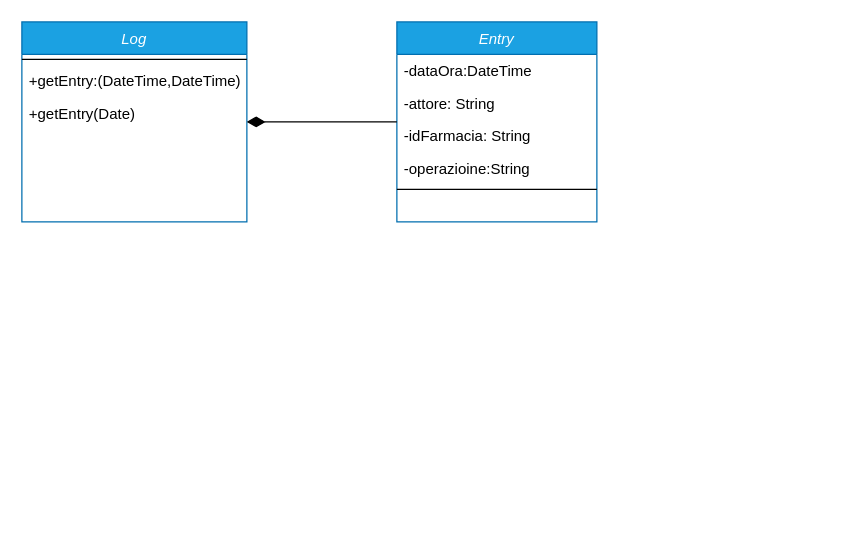
This is Logs.drawio from lnwor/farmabyte-doc, a draw.io file, before an edit. Source tidied: cells renumbered, new cells numbered last; positions are measured from the earlier drawing's top-left corner, leaving out a move shared by most shapes. Both pictures are drawn from the tidied source at 125%, with x=0, y=0 at pixel (21, 21).
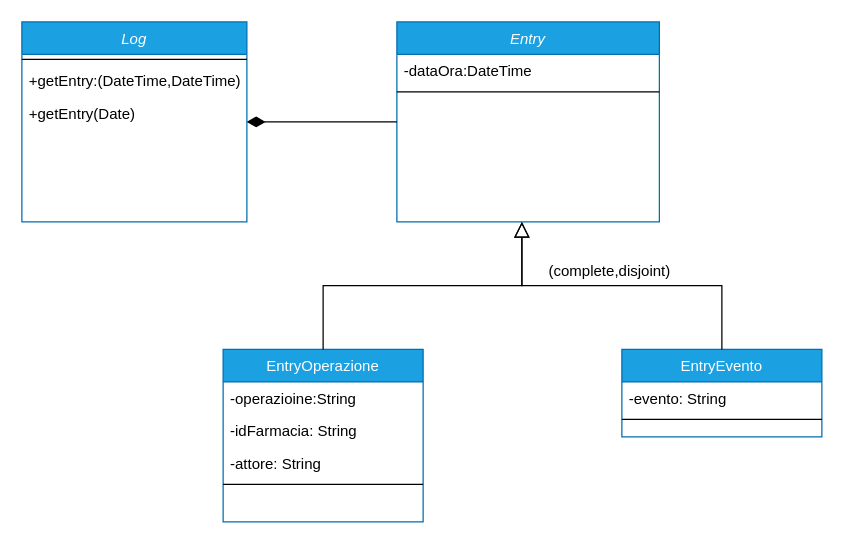
After the change.

What changed in the source:
```diff
@@
     <mxCell id="2" value="Entry" style="swimlane;fontStyle=2;align=center;verticalAlign=top;horizontal=1;startSize=26;rounded=0;shadow=0;strokeWidth=1;fillColor=#1ba1e2;strokeColor=#006EAF;fontColor=#ffffff;" parent="1" vertex="1">
-      <mxGeometry x="300" width="160" height="160" as="geometry" />
+      <mxGeometry x="300" width="210" height="160" as="geometry" />
     </mxCell>
     <mxCell id="3" value="-dataOra:DateTime" style="text;align=left;verticalAlign=top;spacingLeft=4;spacingRight=4;overflow=hidden;" parent="2" vertex="1">
-      <mxGeometry y="26" width="160" height="26" as="geometry" />
+      <mxGeometry y="26" width="210" height="26" as="geometry" />
     </mxCell>
-    <mxCell id="4" value="-attore: String" style="text;align=left;verticalAlign=top;spacingLeft=4;spacingRight=4;overflow=hidden;" parent="2" vertex="1">
-      <mxGeometry y="52" width="160" height="26" as="geometry" />
-    </mxCell>
-    <mxCell id="5" value="-idFarmacia: String" style="text;align=left;verticalAlign=top;spacingLeft=4;spacingRight=4;overflow=hidden;" parent="2" vertex="1">
-      <mxGeometry y="78" width="160" height="26" as="geometry" />
-    </mxCell>
-    <mxCell id="6" value="-operazioine:String" style="text;align=left;verticalAlign=top;spacingLeft=4;spacingRight=4;overflow=hidden;" parent="2" vertex="1">
-      <mxGeometry y="104" width="160" height="26" as="geometry" />
-    </mxCell>
     <mxCell id="7" style="line;html=1;strokeWidth=1;align=left;verticalAlign=middle;spacingTop=-1;spacingLeft=3;spacingRight=3;labelPosition=right;" parent="2" vertex="1">
-      <mxGeometry y="130" width="160" height="8" as="geometry" />
+      <mxGeometry y="52" width="210" height="8" as="geometry" />
     </mxCell>
@@
+    <mxCell id="13" value="EntryOperazione" style="swimlane;fontStyle=0;align=center;verticalAlign=top;horizontal=1;startSize=26;rounded=0;shadow=0;strokeWidth=1;fillColor=#1ba1e2;strokeColor=#006EAF;fontColor=#ffffff;" parent="1" vertex="1">
+      <mxGeometry x="161" y="262" width="160" height="138" as="geometry" />
+    </mxCell>
+    <mxCell id="6" value="-operazioine:String" style="text;align=left;verticalAlign=top;spacingLeft=4;spacingRight=4;overflow=hidden;" parent="13" vertex="1">
+      <mxGeometry y="26" width="160" height="26" as="geometry" />
+    </mxCell>
+    <mxCell id="5" value="-idFarmacia: String" style="text;align=left;verticalAlign=top;spacingLeft=4;spacingRight=4;overflow=hidden;" parent="13" vertex="1">
+      <mxGeometry y="52" width="160" height="26" as="geometry" />
+    </mxCell>
+    <mxCell id="4" value="-attore: String" style="text;align=left;verticalAlign=top;spacingLeft=4;spacingRight=4;overflow=hidden;" parent="13" vertex="1">
+      <mxGeometry y="78" width="160" height="26" as="geometry" />
+    </mxCell>
+    <mxCell id="14" style="line;html=1;strokeWidth=1;align=left;verticalAlign=middle;spacingTop=-1;spacingLeft=3;spacingRight=3;labelPosition=right;" parent="13" vertex="1">
+      <mxGeometry y="104" width="160" height="8" as="geometry" />
+    </mxCell>
+    <mxCell id="15" style="endArrow=block;endSize=10;endFill=0;shadow=0;strokeWidth=1;rounded=0;edgeStyle=elbowEdgeStyle;elbow=vertical;" parent="1" edge="1" source="13">
+      <mxGeometry relative="1" as="geometry">
+        <mxPoint x="400" y="160" as="targetPoint" />
+      </mxGeometry>
+    </mxCell>
+    <mxCell id="16" value="EntryEvento" style="swimlane;fontStyle=0;align=center;verticalAlign=top;horizontal=1;startSize=26;rounded=0;shadow=0;strokeWidth=1;fillColor=#1ba1e2;strokeColor=#006EAF;fontColor=#ffffff;" parent="1" vertex="1">
+      <mxGeometry x="480" y="262" width="160" height="70" as="geometry" />
+    </mxCell>
+    <mxCell id="17" value="-evento: String" style="text;align=left;verticalAlign=top;spacingLeft=4;spacingRight=4;overflow=hidden;" parent="16" vertex="1">
+      <mxGeometry y="26" width="160" height="26" as="geometry" />
+    </mxCell>
+    <mxCell id="18" style="line;html=1;strokeWidth=1;align=left;verticalAlign=middle;spacingTop=-1;spacingLeft=3;spacingRight=3;labelPosition=right;" parent="16" vertex="1">
+      <mxGeometry y="52" width="160" height="8" as="geometry" />
+    </mxCell>
+    <mxCell id="19" style="endArrow=block;endSize=10;endFill=0;shadow=0;strokeWidth=1;rounded=0;edgeStyle=elbowEdgeStyle;elbow=vertical;" parent="1" edge="1" source="16">
+      <mxGeometry relative="1" as="geometry">
+        <mxPoint x="400" y="160" as="targetPoint" />
+      </mxGeometry>
+    </mxCell>
+    <mxCell id="20" value="(complete,disjoint)" style="text;html=1;align=center;verticalAlign=middle;strokeColor=none;" parent="1" vertex="1">
+      <mxGeometry x="415" y="190" width="110" height="20" as="geometry" />
+    </mxCell>
```
